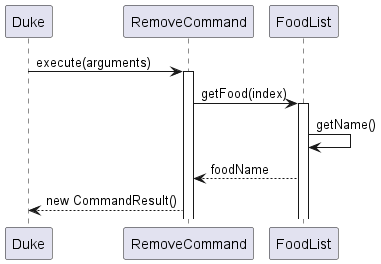
Before: docs/images/RemoveCommandSequenceDiagram.png, a diagram exported from PlantUML (tsx0314/tp). The source it was exported from:
```plantuml
@startuml

participant Duke
participant RemoveCommand


Duke -> RemoveCommand : execute(arguments)
activate RemoveCommand

RemoveCommand -> FoodList : getFood(index)
activate FoodList

FoodList -> FoodList : getName()

FoodList --> RemoveCommand : foodName

RemoveCommand --> Duke : new CommandResult()

@enduml
```
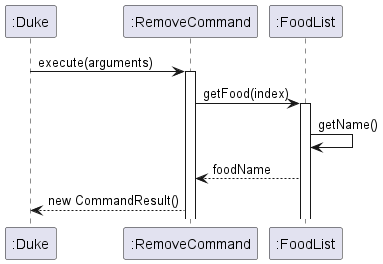
The same file after the commit.

The edit, as a diff of the source:
```diff
@@ -1,19 +1,19 @@
 @startuml
 
-participant Duke
-participant RemoveCommand
+participant ":Duke"
+participant ":RemoveCommand"
 
 
-Duke -> RemoveCommand : execute(arguments)
-activate RemoveCommand
+":Duke" -> ":RemoveCommand" : execute(arguments)
+activate ":RemoveCommand"
 
-RemoveCommand -> FoodList : getFood(index)
-activate FoodList
+":RemoveCommand" -> ":FoodList" : getFood(index)
+activate ":FoodList"
 
-FoodList -> FoodList : getName()
+":FoodList" -> ":FoodList" : getName()
 
-FoodList --> RemoveCommand : foodName
+":FoodList" --> ":RemoveCommand" : foodName
 
-RemoveCommand --> Duke : new CommandResult()
+":RemoveCommand" --> ":Duke" : new CommandResult()
 
 @enduml
```
